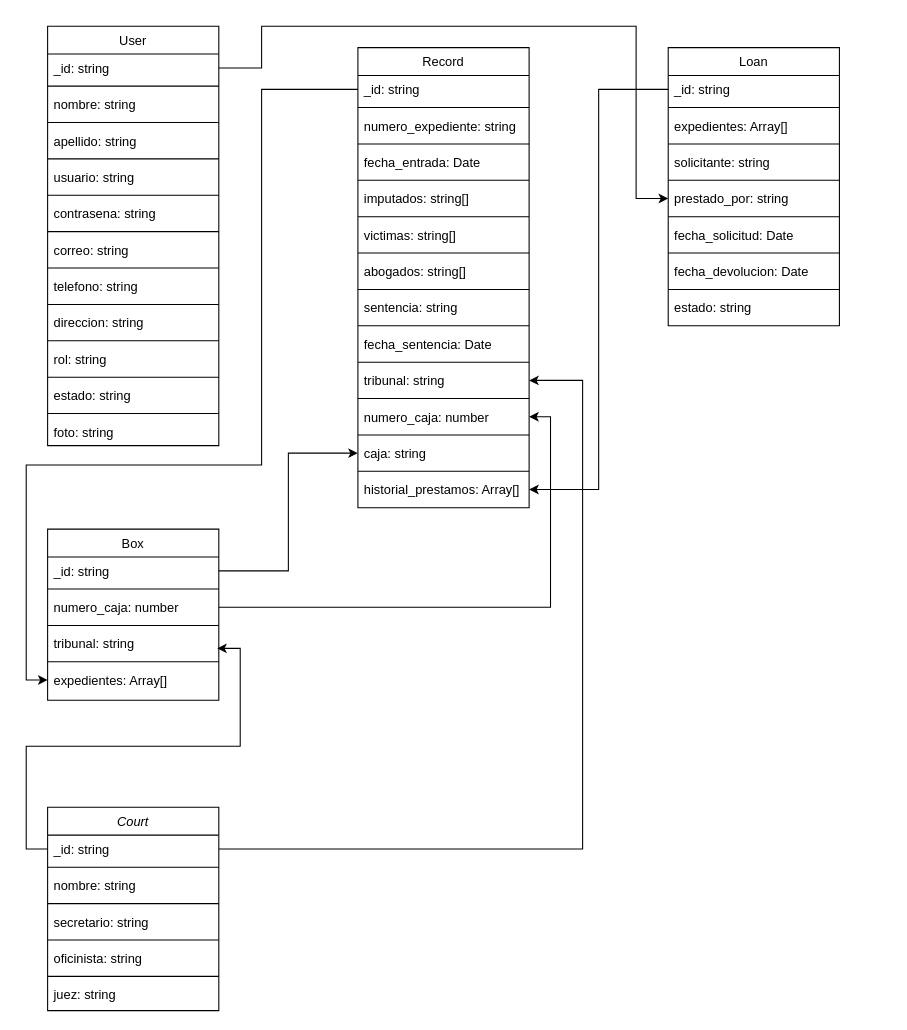
Before: DB Diagram.drawio in ialmontedr0/pacv2-backend, a draw.io diagram. Source tidied: cells renumbered, new cells numbered last; positions are measured from the earlier drawing's top-left corner, leaving out a move shared by most shapes. Both pictures are drawn from the tidied source at 107%, with x=0, y=0 at pixel (26, 26).
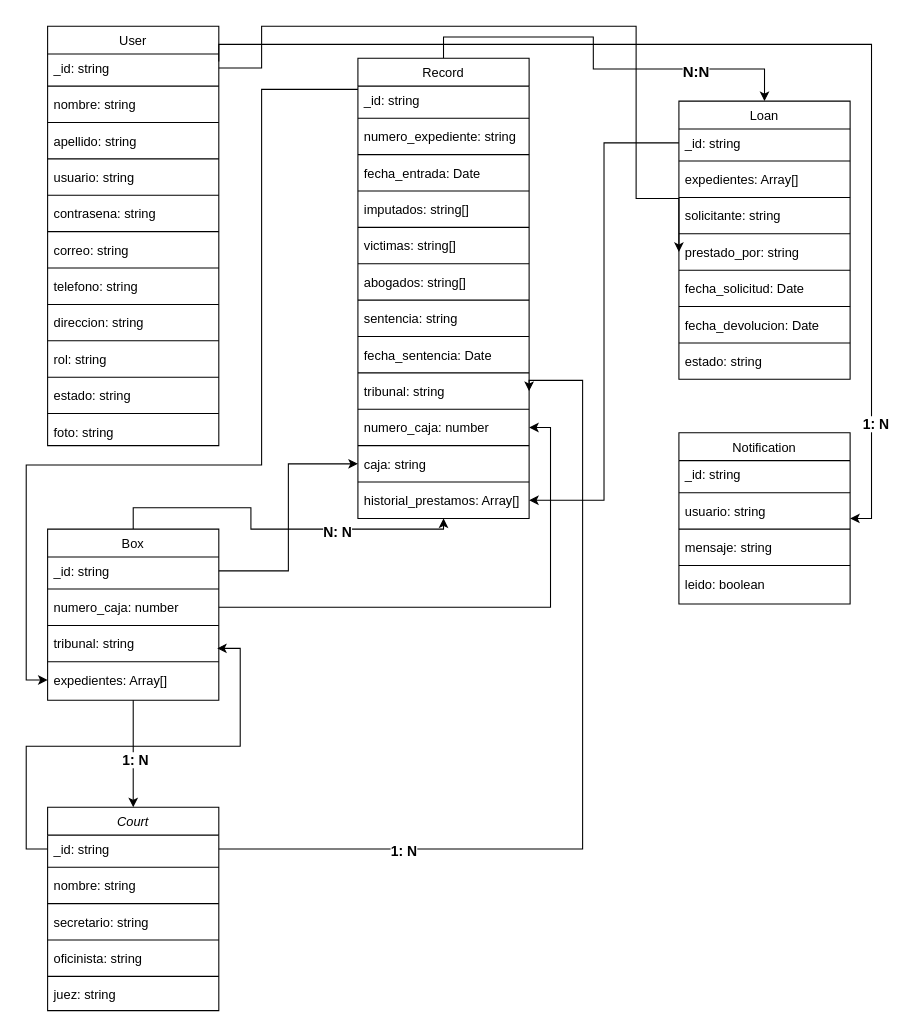
Above is the later version.

The change refers to these unchanged cells:
```xml
<mxCell id="2" value="Court" style="swimlane;fontStyle=2;align=center;verticalAlign=top;horizontal=1;startSize=26;rounded=0;shadow=0;strokeWidth=1;" parent="1" vertex="1">
  <mxGeometry x="20" y="730" width="160" height="190" as="geometry" />
</mxCell>
<mxCell id="34" value="Box" style="swimlane;fontStyle=0;align=center;verticalAlign=top;horizontal=1;startSize=26;rounded=0;shadow=0;strokeWidth=1;" parent="1" vertex="1">
  <mxGeometry x="20" y="470" width="160" height="160" as="geometry" />
</mxCell>
<mxCell id="85" style="edgeStyle=orthogonalEdgeStyle;rounded=0;jettySize=auto;html=1;entryX=1;entryY=0.5;entryDx=0;entryDy=0;exitX=1;exitY=0.5;exitDx=0;exitDy=0;" parent="1" edge="1" source="3" target="59">
  <mxGeometry relative="1" as="geometry">
    <Array as="points">
      <mxPoint x="520" y="769" />
      <mxPoint x="520" y="331" />
    </Array>
  </mxGeometry>
</mxCell>
```

Diff of the diagram source:
```diff
@@
+    <mxCell id="87" style="edgeStyle=orthogonalEdgeStyle;rounded=0;jettySize=auto;html=1;entryX=0.5;entryY=0;entryDx=0;entryDy=0;" parent="1" edge="1" source="34" target="2">
+      <mxGeometry relative="1" as="geometry" />
+    </mxCell>
+    <mxCell id="88" value="&lt;font style=&quot;font-size: 13px;&quot;&gt;&lt;b&gt;1: N&lt;br&gt;&lt;/b&gt;&lt;/font&gt;" style="edgeLabel;html=1;align=center;verticalAlign=middle;" parent="87" vertex="1">
+      <mxGeometry x="0.09" y="1" relative="1" as="geometry" />
+    </mxCell>
@@
+    <mxCell id="89" style="edgeStyle=orthogonalEdgeStyle;rounded=0;jettySize=auto;html=1;entryX=0.5;entryY=0;entryDx=0;entryDy=0;exitX=0.5;exitY=0;exitDx=0;exitDy=0;" parent="1" edge="1" source="42" target="66">
+      <mxGeometry relative="1" as="geometry">
+        <Array as="points">
+          <mxPoint x="390" y="10" />
+          <mxPoint x="530" y="10" />
+          <mxPoint x="530" y="40" />
+          <mxPoint x="690" y="40" />
+        </Array>
+      </mxGeometry>
+    </mxCell>
+    <mxCell id="90" value="&lt;font style=&quot;font-size: 14px;&quot;&gt;&lt;b&gt;N:N&lt;/b&gt;&lt;/font&gt;" style="edgeLabel;html=1;align=center;verticalAlign=middle;" parent="89" vertex="1">
+      <mxGeometry x="0.5" y="-2" relative="1" as="geometry" />
+    </mxCell>
     <mxCell id="42" value="Record" style="swimlane;fontStyle=0;align=center;verticalAlign=top;horizontal=1;startSize=26;rounded=0;shadow=0;strokeWidth=1;" parent="1" vertex="1">
-      <mxGeometry x="310" y="20" width="160" height="430" as="geometry" />
+      <mxGeometry x="310" y="30" width="160" height="430" as="geometry" />
     </mxCell>
@@
     <mxCell id="66" value="Loan" style="swimlane;fontStyle=0;align=center;verticalAlign=top;horizontal=1;startSize=26;rounded=0;shadow=0;strokeWidth=1;" parent="1" vertex="1">
-      <mxGeometry x="600" y="20" width="160" height="260" as="geometry" />
+      <mxGeometry x="610" y="70" width="160" height="260" as="geometry" />
     </mxCell>
@@
+    <mxCell id="91" value="&lt;b style=&quot;font-size: 13px;&quot;&gt;1: N&lt;br&gt;&lt;/b&gt;" style="edgeLabel;html=1;align=center;verticalAlign=middle;" parent="85" vertex="1">
+      <mxGeometry x="-0.59" y="-1" relative="1" as="geometry" />
+    </mxCell>
@@
+    <mxCell id="92" style="edgeStyle=orthogonalEdgeStyle;rounded=0;jettySize=auto;html=1;exitX=0.5;exitY=0;exitDx=0;exitDy=0;entryX=0.5;entryY=1;entryDx=0;entryDy=0;" parent="1" edge="1" source="34" target="42">
+      <mxGeometry relative="1" as="geometry">
+        <Array as="points">
+          <mxPoint x="100" y="450" />
+          <mxPoint x="210" y="450" />
+          <mxPoint x="210" y="470" />
+          <mxPoint x="390" y="470" />
+        </Array>
+      </mxGeometry>
+    </mxCell>
+    <mxCell id="93" value="&lt;b style=&quot;font-size: 13px;&quot;&gt;N: N&lt;br&gt;&lt;/b&gt;" style="edgeLabel;html=1;align=center;verticalAlign=middle;" parent="92" vertex="1">
+      <mxGeometry x="0.35" y="-2" relative="1" as="geometry" />
+    </mxCell>
+    <mxCell id="94" value="Notification" style="swimlane;fontStyle=0;align=center;verticalAlign=top;horizontal=1;startSize=26;rounded=0;shadow=0;strokeWidth=1;" parent="1" vertex="1">
+      <mxGeometry x="610" y="380" width="160" height="160" as="geometry" />
+    </mxCell>
+    <mxCell id="95" value="_id: string" style="text;align=left;verticalAlign=top;spacingLeft=4;spacingRight=4;overflow=hidden;" parent="94" vertex="1">
+      <mxGeometry y="26" width="160" height="26" as="geometry" />
+    </mxCell>
+    <mxCell id="96" style="line;html=1;strokeWidth=1;align=left;verticalAlign=middle;spacingTop=-1;spacingLeft=3;spacingRight=3;labelPosition=right;" parent="94" vertex="1">
+      <mxGeometry y="52" width="160" height="8" as="geometry" />
+    </mxCell>
+    <mxCell id="97" value="usuario: string" style="text;align=left;verticalAlign=top;spacingLeft=4;spacingRight=4;overflow=hidden;rounded=0;shadow=0;html=0;" parent="94" vertex="1">
+      <mxGeometry y="60" width="160" height="26" as="geometry" />
+    </mxCell>
+    <mxCell id="98" style="line;html=1;strokeWidth=1;align=left;verticalAlign=middle;spacingTop=-1;spacingLeft=3;spacingRight=3;labelPosition=right;" parent="94" vertex="1">
+      <mxGeometry y="86" width="160" height="8" as="geometry" />
+    </mxCell>
+    <mxCell id="99" value="mensaje: string" style="text;align=left;verticalAlign=top;spacingLeft=4;spacingRight=4;overflow=hidden;rounded=0;shadow=0;html=0;" parent="94" vertex="1">
+      <mxGeometry y="94" width="160" height="26" as="geometry" />
+    </mxCell>
+    <mxCell id="100" style="line;html=1;strokeWidth=1;align=left;verticalAlign=middle;spacingTop=-1;spacingLeft=3;spacingRight=3;labelPosition=right;" parent="94" vertex="1">
+      <mxGeometry y="120" width="160" height="8" as="geometry" />
+    </mxCell>
+    <mxCell id="101" value="leido: boolean" style="text;align=left;verticalAlign=top;spacingLeft=4;spacingRight=4;overflow=hidden;rounded=0;shadow=0;html=0;" parent="94" vertex="1">
+      <mxGeometry y="128" width="160" height="26" as="geometry" />
+    </mxCell>
+    <mxCell id="102" style="edgeStyle=orthogonalEdgeStyle;rounded=0;orthogonalLoop=1;jettySize=auto;html=1;entryX=1;entryY=0.5;entryDx=0;entryDy=0;" parent="1" edge="1">
+      <mxGeometry relative="1" as="geometry">
+        <mxPoint x="180" y="33" as="sourcePoint" />
+        <mxPoint x="770" y="460" as="targetPoint" />
+        <Array as="points">
+          <mxPoint x="180" y="33" />
+          <mxPoint x="180" y="17" />
+          <mxPoint x="790" y="17" />
+          <mxPoint x="790" y="460" />
+        </Array>
+      </mxGeometry>
+    </mxCell>
+    <mxCell id="103" value="&lt;b style=&quot;font-size: 13px;&quot;&gt;1: N&lt;br&gt;&lt;/b&gt;" style="edgeLabel;html=1;align=center;verticalAlign=middle;" parent="102" vertex="1">
+      <mxGeometry x="0.8" y="3" relative="1" as="geometry" />
+    </mxCell>
```
